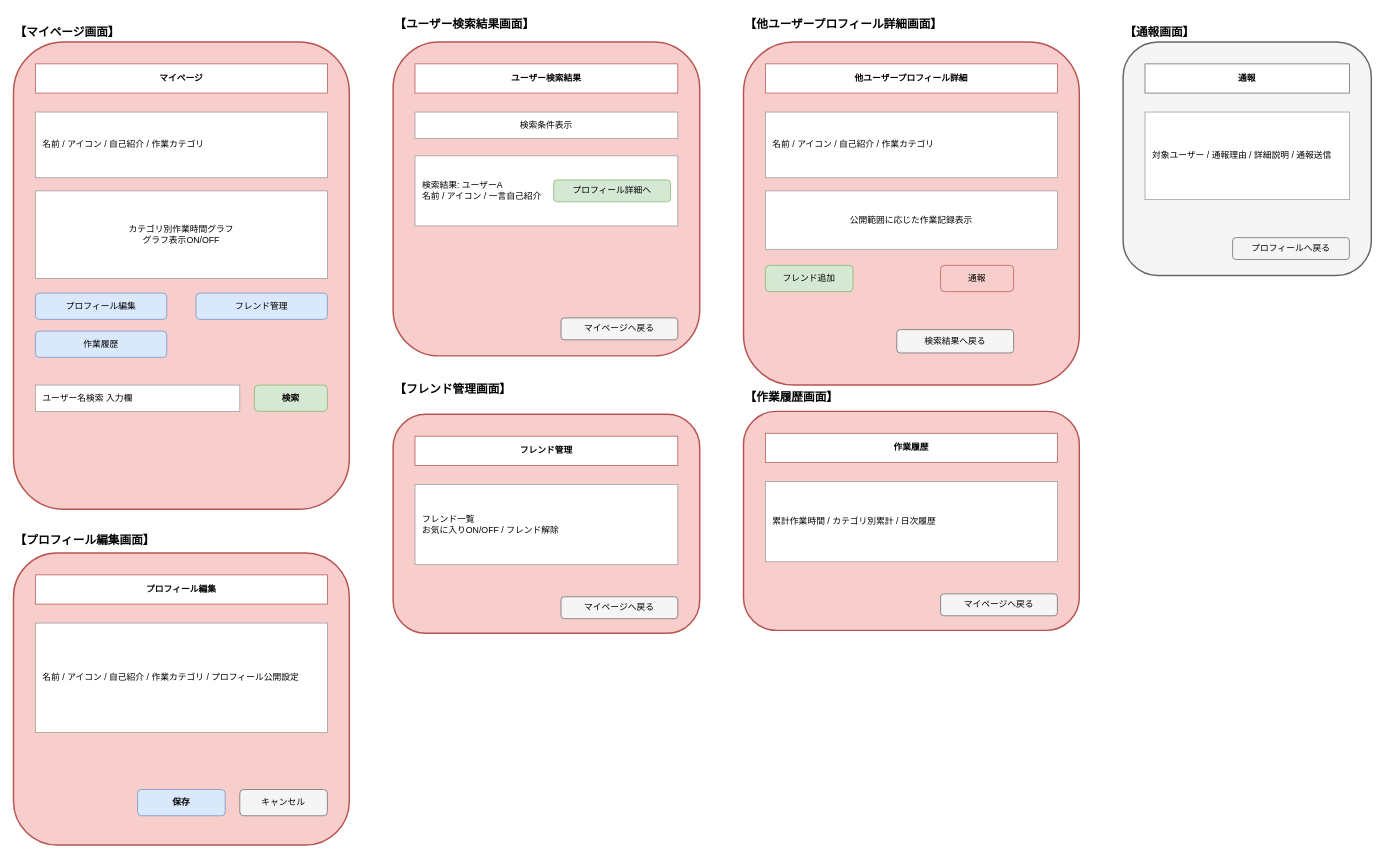
yuu-ux/online-workspace keeps this draw.io diagram as page "マイページ・ソーシャル" (3 of 4) of docs/screen_wireframe.drawio. Above is the earlier version. Source tidied: cells renumbered, new cells numbered last; positions are measured from the earlier drawing's top-left corner, leaving out a move shared by most shapes. Both pictures are drawn from the tidied source at 73%, with x=0, y=0 at pixel (13, 12).
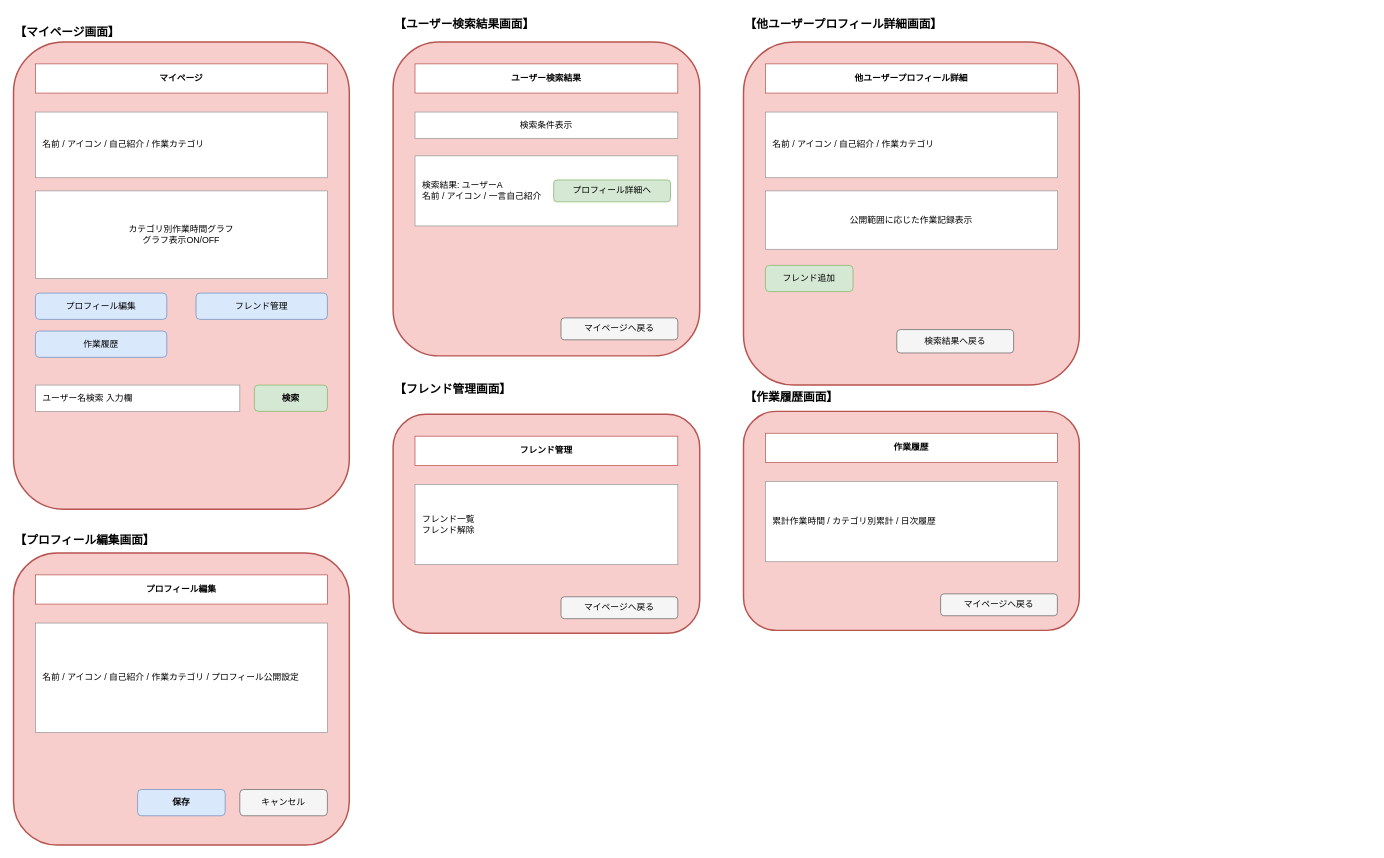
Above is the later version.

Diff of the diagram source:
```diff
@@
-    <mxCell id="25" value="通報" style="rounded=1;whiteSpace=wrap;html=1;fillColor=#f8cecc;strokeColor=#b85450;" parent="1" vertex="1">
-      <mxGeometry x="1270" y="346" width="100" height="36" as="geometry" />
-    </mxCell>
@@
-    <mxCell id="36" value="フレンド一覧&#10;お気に入りON/OFF / フレンド解除" style="rounded=0;whiteSpace=wrap;html=1;fillColor=#ffffff;strokeColor=#999999;align=left;spacingLeft=8;" parent="1" vertex="1">
+    <mxCell id="36" value="フレンド一覧&#10;フレンド解除" style="rounded=0;whiteSpace=wrap;html=1;fillColor=#ffffff;strokeColor=#999999;align=left;spacingLeft=8;" parent="1" vertex="1">
       <mxGeometry x="550" y="646" width="360" height="110" as="geometry" />
     </mxCell>
@@
-    <mxCell id="43" value="【通報画面】" style="text;html=1;strokeColor=none;fillColor=none;fontStyle=1;fontSize=16;" parent="1" vertex="1">
-      <mxGeometry x="1520" y="10" width="120" height="20" as="geometry" />
-    </mxCell>
-    <mxCell id="44" style="rounded=1;whiteSpace=wrap;html=1;fillColor=#f5f5f5;strokeColor=#666666;strokeWidth=2;" parent="1" vertex="1">
-      <mxGeometry x="1520" y="40" width="340" height="320" as="geometry" />
-    </mxCell>
-    <mxCell id="45" value="通報" style="rounded=0;whiteSpace=wrap;html=1;fillColor=#ffffff;strokeColor=#666666;fontStyle=1;" parent="1" vertex="1">
-      <mxGeometry x="1550" y="70" width="280" height="40" as="geometry" />
-    </mxCell>
-    <mxCell id="46" value="対象ユーザー / 通報理由 / 詳細説明 / 通報送信" style="rounded=0;whiteSpace=wrap;html=1;fillColor=#ffffff;strokeColor=#999999;align=left;spacingLeft=8;" parent="1" vertex="1">
-      <mxGeometry x="1550" y="136" width="280" height="120" as="geometry" />
-    </mxCell>
-    <mxCell id="47" value="プロフィールへ戻る" style="rounded=1;whiteSpace=wrap;html=1;fillColor=#f5f5f5;strokeColor=#666666;" parent="1" vertex="1">
-      <mxGeometry x="1670" y="308" width="160" height="30" as="geometry" />
-    </mxCell>
```
